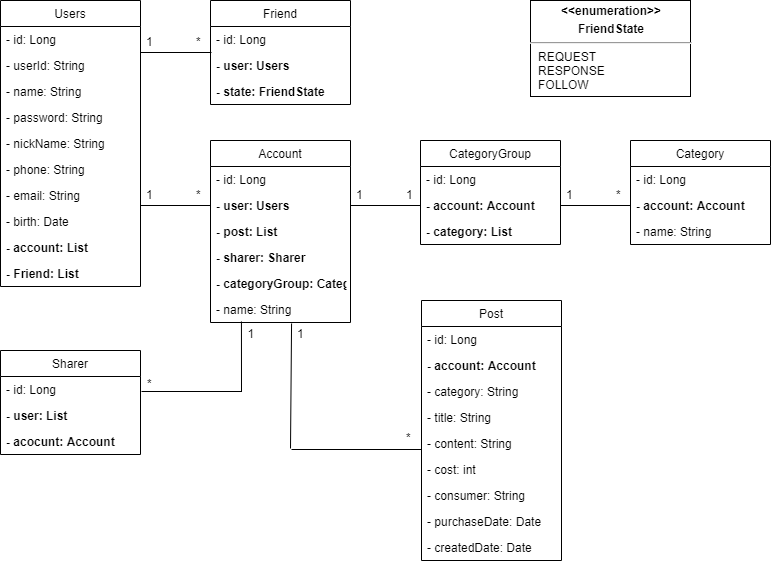
Kpearl/gongbu_server keeps this draw.io diagram as image/UML.png. Above is the earlier version. Source tidied: cells renumbered, new cells last; positions are measured from the earlier drawing's top-left corner, leaving out a move shared by most shapes.
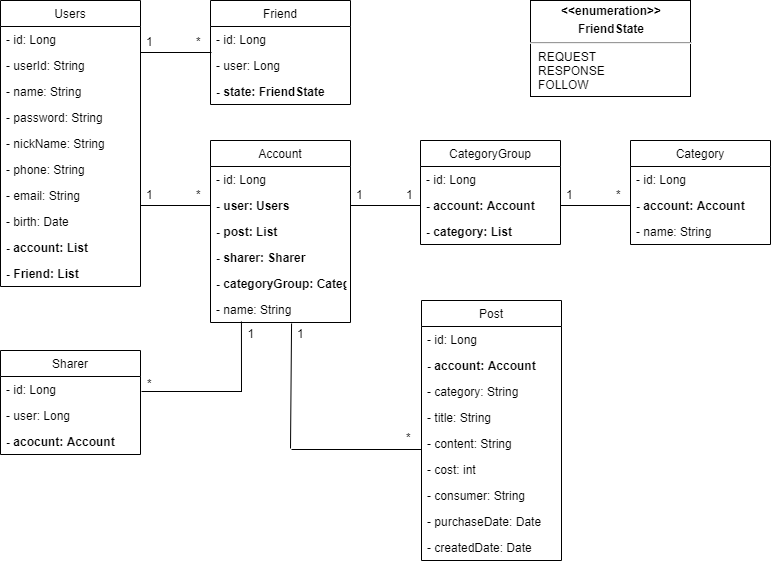
The same file after the commit.

What changed in the source:
```diff
@@ -139,7 +139,7 @@
     <mxCell id="45" value="- id: Long" style="text;strokeColor=none;fillColor=none;align=left;verticalAlign=top;spacingLeft=4;spacingRight=4;overflow=hidden;" parent="44" vertex="1">
       <mxGeometry y="26" width="140" height="26" as="geometry" />
     </mxCell>
-    <mxCell id="46" value="- user: Users" style="text;strokeColor=none;fillColor=none;align=left;verticalAlign=top;spacingLeft=4;spacingRight=4;overflow=hidden;fontStyle=1;" parent="44" vertex="1">
+    <mxCell id="46" value="- user: Long" style="text;strokeColor=none;fillColor=none;align=left;verticalAlign=top;spacingLeft=4;spacingRight=4;overflow=hidden;fontStyle=0;" parent="44" vertex="1">
       <mxGeometry y="52" width="140" height="26" as="geometry" />
     </mxCell>
     <mxCell id="47" value="- state: FriendState" style="text;strokeColor=none;fillColor=none;align=left;verticalAlign=top;spacingLeft=4;spacingRight=4;overflow=hidden;fontStyle=1;" parent="44" vertex="1">
@@ -199,7 +199,7 @@
     <mxCell id="64" value="- id: Long" style="text;strokeColor=none;fillColor=none;align=left;verticalAlign=top;spacingLeft=4;spacingRight=4;overflow=hidden;" parent="63" vertex="1">
       <mxGeometry y="26" width="140" height="26" as="geometry" />
     </mxCell>
-    <mxCell id="65" value="- user: List" style="text;strokeColor=none;fillColor=none;align=left;verticalAlign=top;spacingLeft=4;spacingRight=4;overflow=hidden;fontStyle=1;" parent="63" vertex="1">
+    <mxCell id="65" value="- user: Long" style="text;strokeColor=none;fillColor=none;align=left;verticalAlign=top;spacingLeft=4;spacingRight=4;overflow=hidden;fontStyle=0;" parent="63" vertex="1">
       <mxGeometry y="52" width="140" height="26" as="geometry" />
     </mxCell>
     <mxCell id="66" value="- acocunt: Account" style="text;strokeColor=none;fillColor=none;align=left;verticalAlign=top;spacingLeft=4;spacingRight=4;overflow=hidden;fontStyle=1;" parent="63" vertex="1">
```
